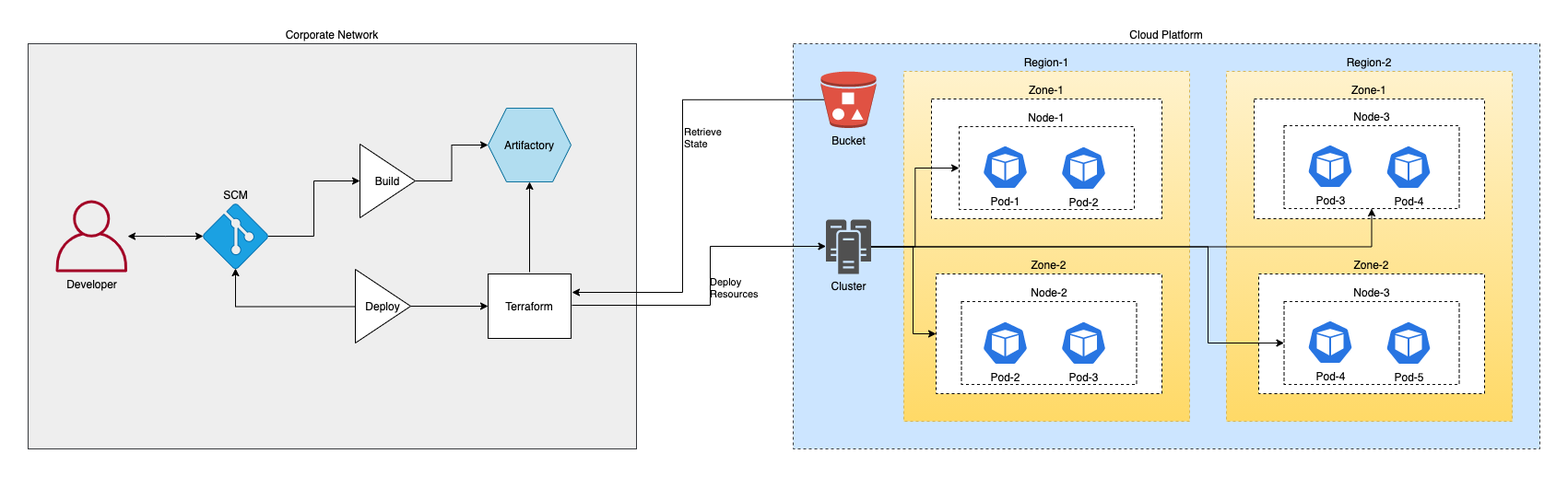
This is docs/generic-devops.png from sarathcakurathi/knowledge, a draw.io export, as it was before one commit. Source tidied: cells renumbered, new cells last; positions are measured from the earlier drawing's top-left corner, leaving out a move shared by most shapes. Source of this version:
```xml
<mxGraphModel>
  <root>
    <mxCell id="0" />
    <mxCell id="1" parent="0" />
    <mxCell id="2" value="Corporate Network" style="rounded=0;whiteSpace=wrap;html=1;labelPosition=center;verticalLabelPosition=top;align=center;verticalAlign=bottom;strokeColor=#36393d;fillColor=#eeeeee;" parent="1" vertex="1">
      <mxGeometry width="660" height="440" as="geometry" />
    </mxCell>
    <mxCell id="3" style="edgeStyle=orthogonalEdgeStyle;rounded=0;jettySize=auto;html=1;entryX=0;entryY=0.5;entryDx=0;entryDy=0;entryPerimeter=0;fontColor=#000000;startArrow=classic;startFill=1;" parent="1" edge="1" source="4" target="7">
      <mxGeometry relative="1" as="geometry" />
    </mxCell>
    <mxCell id="4" value="&lt;font color=&quot;#000000&quot;&gt;Developer&lt;/font&gt;" style="outlineConnect=0;fillColor=#a20025;strokeColor=#6F0000;dashed=0;verticalLabelPosition=bottom;verticalAlign=top;align=center;html=1;fontSize=12;fontStyle=0;shape=mxgraph.aws4.user;strokeWidth=1;fontColor=#ffffff;" parent="1" vertex="1">
      <mxGeometry x="30" y="170" width="78" height="78" as="geometry" />
    </mxCell>
    <mxCell id="5" value="Cloud Platform" style="rounded=0;whiteSpace=wrap;html=1;strokeWidth=1;labelPosition=center;verticalLabelPosition=top;align=center;verticalAlign=bottom;fillColor=#cce5ff;strokeColor=#36393d;dashed=1;" parent="1" vertex="1">
      <mxGeometry x="830" width="810" height="440" as="geometry" />
    </mxCell>
    <mxCell id="6" style="edgeStyle=orthogonalEdgeStyle;rounded=0;jettySize=auto;html=1;entryX=0;entryY=0.5;entryDx=0;entryDy=0;fontColor=#000000;startArrow=none;startFill=0;endArrow=classic;endFill=1;" parent="1" edge="1" source="7" target="42">
      <mxGeometry relative="1" as="geometry" />
    </mxCell>
    <mxCell id="7" value="SCM" style="verticalLabelPosition=top;html=1;verticalAlign=bottom;align=center;strokeColor=#006EAF;fillColor=#1ba1e2;shape=mxgraph.azure.git_repository;labelPosition=center;" parent="1" vertex="1">
      <mxGeometry x="190" y="174" width="70" height="70" as="geometry" />
    </mxCell>
    <mxCell id="8" style="edgeStyle=orthogonalEdgeStyle;rounded=0;jettySize=auto;html=1;entryX=0;entryY=0.5;entryDx=0;entryDy=0;fontColor=#000000;startArrow=none;startFill=0;exitX=1;exitY=0.5;exitDx=0;exitDy=0;" parent="1" edge="1" source="42" target="9">
      <mxGeometry relative="1" as="geometry" />
    </mxCell>
    <mxCell id="9" value="Artifactory" style="shape=hexagon;perimeter=hexagonPerimeter2;whiteSpace=wrap;html=1;fixedSize=1;strokeWidth=1;fillColor=#b1ddf0;strokeColor=#10739e;" parent="1" vertex="1">
      <mxGeometry x="499" y="70" width="90" height="80" as="geometry" />
    </mxCell>
    <mxCell id="10" value="Region-1" style="rounded=0;whiteSpace=wrap;html=1;strokeWidth=1;labelPosition=center;verticalLabelPosition=top;align=center;verticalAlign=bottom;dashed=1;fillColor=#fff2cc;strokeColor=#d6b656;gradientColor=#ffd966;" parent="1" vertex="1">
      <mxGeometry x="950" y="30" width="310" height="380" as="geometry" />
    </mxCell>
    <mxCell id="11" value="Region-2" style="rounded=0;whiteSpace=wrap;html=1;strokeWidth=1;labelPosition=center;verticalLabelPosition=top;align=center;verticalAlign=bottom;dashed=1;fillColor=#fff2cc;strokeColor=#d6b656;gradientColor=#ffd966;" parent="1" vertex="1">
      <mxGeometry x="1300" y="30" width="310" height="380" as="geometry" />
    </mxCell>
    <mxCell id="12" value="Zone-2" style="rounded=0;whiteSpace=wrap;html=1;dashed=1;fontColor=#000000;strokeWidth=1;gradientColor=none;labelPosition=center;verticalLabelPosition=top;align=center;verticalAlign=bottom;" parent="1" vertex="1">
      <mxGeometry x="985" y="250" width="245" height="130" as="geometry" />
    </mxCell>
    <mxCell id="13" value="Zone-1" style="rounded=0;whiteSpace=wrap;html=1;dashed=1;fontColor=#000000;strokeWidth=1;gradientColor=none;labelPosition=center;verticalLabelPosition=top;align=center;verticalAlign=bottom;" parent="1" vertex="1">
      <mxGeometry x="980" y="60" width="250" height="130" as="geometry" />
    </mxCell>
    <mxCell id="14" value="Zone-1" style="rounded=0;whiteSpace=wrap;html=1;dashed=1;fontColor=#000000;strokeWidth=1;gradientColor=none;labelPosition=center;verticalLabelPosition=top;align=center;verticalAlign=bottom;" parent="1" vertex="1">
      <mxGeometry x="1330" y="60" width="250" height="130" as="geometry" />
    </mxCell>
    <mxCell id="15" value="Zone-2" style="rounded=0;whiteSpace=wrap;html=1;dashed=1;fontColor=#000000;strokeWidth=1;gradientColor=none;labelPosition=center;verticalLabelPosition=top;align=center;verticalAlign=bottom;" parent="1" vertex="1">
      <mxGeometry x="1335" y="250" width="245" height="130" as="geometry" />
    </mxCell>
    <mxCell id="16" style="edgeStyle=orthogonalEdgeStyle;rounded=0;jettySize=auto;html=1;fontColor=#000000;startArrow=none;startFill=0;" parent="1" edge="1" target="9">
      <mxGeometry relative="1" as="geometry">
        <mxPoint x="544" y="248" as="sourcePoint" />
      </mxGeometry>
    </mxCell>
    <mxCell id="17" style="edgeStyle=orthogonalEdgeStyle;rounded=0;jettySize=auto;html=1;fontColor=#000000;startArrow=none;startFill=0;" parent="1" edge="1" target="38">
      <mxGeometry relative="1" as="geometry">
        <mxPoint x="590" y="284" as="sourcePoint" />
        <Array as="points">
          <mxPoint x="740" y="284" />
          <mxPoint x="740" y="220" />
        </Array>
      </mxGeometry>
    </mxCell>
    <mxCell id="18" value="Deploy&amp;nbsp;&lt;br&gt;Resources" style="edgeLabel;html=1;align=left;verticalAlign=middle;fontColor=#000000;labelPosition=right;verticalLabelPosition=middle;labelBackgroundColor=none;" parent="17" vertex="1">
      <mxGeometry y="2" relative="1" as="geometry" />
    </mxCell>
    <mxCell id="19" style="edgeStyle=orthogonalEdgeStyle;rounded=0;jettySize=auto;html=1;entryX=0.06;entryY=0.5;entryDx=0;entryDy=0;entryPerimeter=0;fontColor=#000000;startArrow=classic;startFill=1;endArrow=none;endFill=0;" parent="1" edge="1" target="21">
      <mxGeometry relative="1" as="geometry">
        <mxPoint x="590" y="270" as="sourcePoint" />
        <Array as="points">
          <mxPoint x="710" y="270" />
          <mxPoint x="710" y="61" />
        </Array>
      </mxGeometry>
    </mxCell>
    <mxCell id="20" value="Retrieve &lt;br&gt;State" style="edgeLabel;html=1;align=left;verticalAlign=middle;fontColor=#000000;labelPosition=right;verticalLabelPosition=middle;labelBackgroundColor=none;" parent="19" vertex="1">
      <mxGeometry x="0.2" relative="1" as="geometry" />
    </mxCell>
    <mxCell id="21" value="Bucket" style="outlineConnect=0;dashed=0;verticalLabelPosition=bottom;verticalAlign=top;align=center;html=1;shape=mxgraph.aws3.bucket_with_objects;fillColor=#E05243;gradientColor=none;fontColor=#000000;strokeWidth=1;" parent="1" vertex="1">
      <mxGeometry x="860" y="30" width="60" height="61.5" as="geometry" />
    </mxCell>
    <mxCell id="22" value="Node-1" style="rounded=0;whiteSpace=wrap;html=1;dashed=1;fontColor=#000000;strokeWidth=1;gradientColor=none;labelPosition=center;verticalLabelPosition=top;align=center;verticalAlign=bottom;" parent="1" vertex="1">
      <mxGeometry x="1010" y="90" width="190" height="90" as="geometry" />
    </mxCell>
    <mxCell id="23" value="Pod-1" style="html=1;dashed=0;whitespace=wrap;fillColor=#2875E2;strokeColor=#ffffff;shape=mxgraph.kubernetes.icon;prIcon=pod;fontColor=#000000;labelPosition=center;verticalLabelPosition=bottom;align=center;verticalAlign=top;" parent="1" vertex="1">
      <mxGeometry x="1035" y="110" width="50" height="48" as="geometry" />
    </mxCell>
    <mxCell id="24" value="Node-2" style="rounded=0;whiteSpace=wrap;html=1;dashed=1;fontColor=#000000;strokeWidth=1;gradientColor=none;labelPosition=center;verticalLabelPosition=top;align=center;verticalAlign=bottom;" parent="1" vertex="1">
      <mxGeometry x="1012.5" y="280" width="190" height="90" as="geometry" />
    </mxCell>
    <mxCell id="25" value="Pod-2" style="html=1;dashed=0;whitespace=wrap;fillColor=#2875E2;strokeColor=#ffffff;shape=mxgraph.kubernetes.icon;prIcon=pod;fontColor=#000000;labelPosition=center;verticalLabelPosition=bottom;align=center;verticalAlign=top;" parent="1" vertex="1">
      <mxGeometry x="1035" y="301" width="50" height="48" as="geometry" />
    </mxCell>
    <mxCell id="26" value="Pod-2" style="html=1;dashed=0;whitespace=wrap;fillColor=#2875E2;strokeColor=#ffffff;shape=mxgraph.kubernetes.icon;prIcon=pod;fontColor=#000000;labelPosition=center;verticalLabelPosition=bottom;align=center;verticalAlign=top;" parent="1" vertex="1">
      <mxGeometry x="1120" y="111" width="50" height="48" as="geometry" />
    </mxCell>
    <mxCell id="27" value="Pod-3" style="html=1;dashed=0;whitespace=wrap;fillColor=#2875E2;strokeColor=#ffffff;shape=mxgraph.kubernetes.icon;prIcon=pod;fontColor=#000000;labelPosition=center;verticalLabelPosition=bottom;align=center;verticalAlign=top;" parent="1" vertex="1">
      <mxGeometry x="1120" y="301" width="50" height="48" as="geometry" />
    </mxCell>
    <mxCell id="28" value="Node-3" style="rounded=0;whiteSpace=wrap;html=1;dashed=1;fontColor=#000000;strokeWidth=1;gradientColor=none;labelPosition=center;verticalLabelPosition=top;align=center;verticalAlign=bottom;" parent="1" vertex="1">
      <mxGeometry x="1362.5" y="89" width="190" height="90" as="geometry" />
    </mxCell>
    <mxCell id="29" value="Pod-3" style="html=1;dashed=0;whitespace=wrap;fillColor=#2875E2;strokeColor=#ffffff;shape=mxgraph.kubernetes.icon;prIcon=pod;fontColor=#000000;labelPosition=center;verticalLabelPosition=bottom;align=center;verticalAlign=top;" parent="1" vertex="1">
      <mxGeometry x="1387.5" y="109" width="50" height="48" as="geometry" />
    </mxCell>
    <mxCell id="30" value="Pod-4" style="html=1;dashed=0;whitespace=wrap;fillColor=#2875E2;strokeColor=#ffffff;shape=mxgraph.kubernetes.icon;prIcon=pod;fontColor=#000000;labelPosition=center;verticalLabelPosition=bottom;align=center;verticalAlign=top;" parent="1" vertex="1">
      <mxGeometry x="1472.5" y="110" width="50" height="48" as="geometry" />
    </mxCell>
    <mxCell id="31" value="Node-3" style="rounded=0;whiteSpace=wrap;html=1;dashed=1;fontColor=#000000;strokeWidth=1;gradientColor=none;labelPosition=center;verticalLabelPosition=top;align=center;verticalAlign=bottom;" parent="1" vertex="1">
      <mxGeometry x="1362.5" y="280" width="190" height="90" as="geometry" />
    </mxCell>
    <mxCell id="32" value="Pod-4" style="html=1;dashed=0;whitespace=wrap;fillColor=#2875E2;strokeColor=#ffffff;shape=mxgraph.kubernetes.icon;prIcon=pod;fontColor=#000000;labelPosition=center;verticalLabelPosition=bottom;align=center;verticalAlign=top;" parent="1" vertex="1">
      <mxGeometry x="1387.5" y="300" width="50" height="48" as="geometry" />
    </mxCell>
    <mxCell id="33" value="Pod-5" style="html=1;dashed=0;whitespace=wrap;fillColor=#2875E2;strokeColor=#ffffff;shape=mxgraph.kubernetes.icon;prIcon=pod;fontColor=#000000;labelPosition=center;verticalLabelPosition=bottom;align=center;verticalAlign=top;" parent="1" vertex="1">
      <mxGeometry x="1472.5" y="301" width="50" height="48" as="geometry" />
    </mxCell>
    <mxCell id="34" style="edgeStyle=orthogonalEdgeStyle;rounded=0;jettySize=auto;html=1;entryX=0;entryY=0.5;entryDx=0;entryDy=0;fontColor=#000000;startArrow=none;startFill=0;endArrow=classic;endFill=1;" parent="1" edge="1" source="38" target="22">
      <mxGeometry relative="1" as="geometry" />
    </mxCell>
    <mxCell id="35" style="edgeStyle=orthogonalEdgeStyle;rounded=0;jettySize=auto;html=1;entryX=0;entryY=0.5;entryDx=0;entryDy=0;fontColor=#000000;startArrow=none;startFill=0;endArrow=classic;endFill=1;" parent="1" edge="1" source="38" target="12">
      <mxGeometry relative="1" as="geometry">
        <Array as="points">
          <mxPoint x="960" y="221" />
          <mxPoint x="960" y="315" />
        </Array>
      </mxGeometry>
    </mxCell>
    <mxCell id="36" style="edgeStyle=orthogonalEdgeStyle;rounded=0;jettySize=auto;html=1;fontColor=#000000;startArrow=none;startFill=0;endArrow=classic;endFill=1;" parent="1" edge="1" source="38" target="28">
      <mxGeometry relative="1" as="geometry" />
    </mxCell>
    <mxCell id="37" style="edgeStyle=orthogonalEdgeStyle;rounded=0;jettySize=auto;html=1;entryX=0;entryY=0.5;entryDx=0;entryDy=0;fontColor=#000000;startArrow=none;startFill=0;endArrow=classic;endFill=1;" parent="1" edge="1" source="38" target="31">
      <mxGeometry relative="1" as="geometry">
        <Array as="points">
          <mxPoint x="1280" y="221" />
          <mxPoint x="1280" y="325" />
        </Array>
      </mxGeometry>
    </mxCell>
    <mxCell id="38" value="Cluster" style="shadow=0;dashed=0;html=1;strokeColor=none;fillColor=#505050;labelPosition=center;verticalLabelPosition=bottom;verticalAlign=top;outlineConnect=0;align=center;shape=mxgraph.office.servers.cluster_server;fontColor=#000000;" parent="1" vertex="1">
      <mxGeometry x="865.5" y="191" width="49" height="59" as="geometry" />
    </mxCell>
    <mxCell id="39" style="edgeStyle=orthogonalEdgeStyle;rounded=0;jettySize=auto;html=1;entryX=0.5;entryY=1;entryDx=0;entryDy=0;entryPerimeter=0;fontColor=#000000;startArrow=none;startFill=0;endArrow=classic;endFill=1;exitX=0.083;exitY=0.506;exitDx=0;exitDy=0;exitPerimeter=0;" parent="1" edge="1" source="43" target="7">
      <mxGeometry relative="1" as="geometry" />
    </mxCell>
    <mxCell id="40" style="edgeStyle=orthogonalEdgeStyle;rounded=0;jettySize=auto;html=1;entryX=0;entryY=0.5;entryDx=0;entryDy=0;fontColor=#000000;startArrow=none;startFill=0;endArrow=classic;endFill=1;exitX=1;exitY=0.5;exitDx=0;exitDy=0;" parent="1" edge="1" source="43" target="41">
      <mxGeometry relative="1" as="geometry" />
    </mxCell>
    <mxCell id="41" value="Terraform" style="rounded=0;whiteSpace=wrap;html=1;fontColor=#000000;strokeWidth=1;gradientColor=none;" parent="1" vertex="1">
      <mxGeometry x="499" y="250" width="90" height="70" as="geometry" />
    </mxCell>
    <mxCell id="42" value="Build" style="triangle;whiteSpace=wrap;html=1;labelBackgroundColor=none;fontColor=#000000;strokeWidth=1;gradientColor=none;" parent="1" vertex="1">
      <mxGeometry x="360" y="109" width="60" height="80" as="geometry" />
    </mxCell>
    <mxCell id="43" value="Deploy" style="triangle;whiteSpace=wrap;html=1;labelBackgroundColor=none;fontColor=#000000;strokeWidth=1;gradientColor=none;" parent="1" vertex="1">
      <mxGeometry x="355" y="245" width="60" height="80" as="geometry" />
    </mxCell>
  </root>
</mxGraphModel>
```
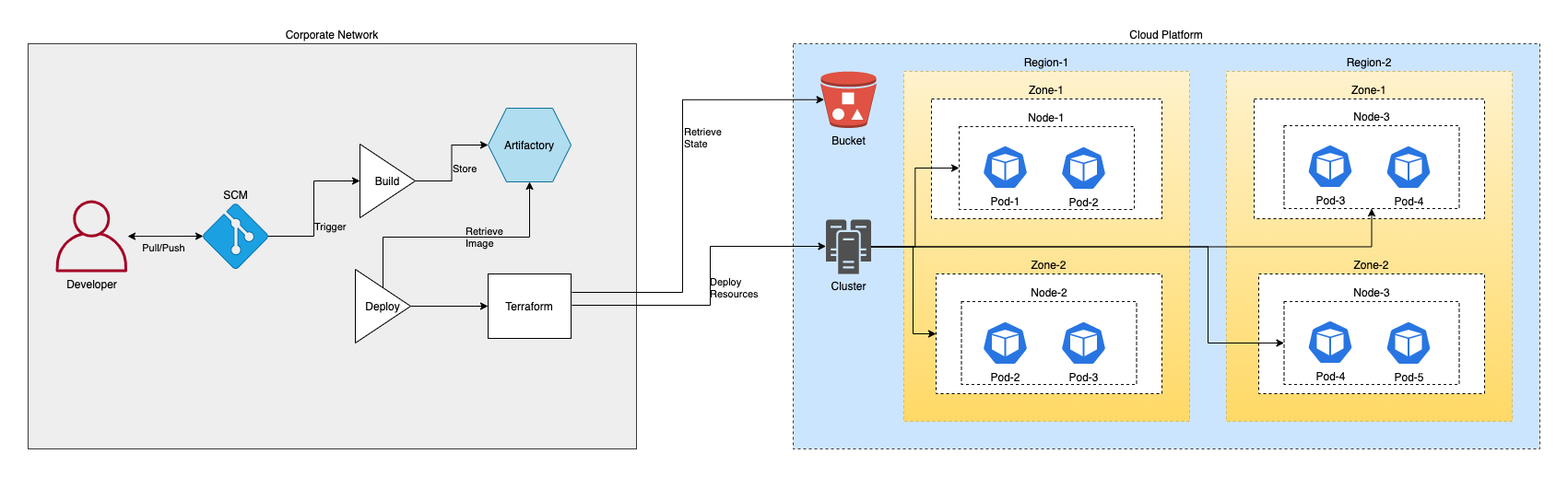
After the change.

Diff of the diagram source:
```diff
@@ -8,6 +8,9 @@
     <mxCell id="3" style="edgeStyle=orthogonalEdgeStyle;rounded=0;jettySize=auto;html=1;entryX=0;entryY=0.5;entryDx=0;entryDy=0;entryPerimeter=0;fontColor=#000000;startArrow=classic;startFill=1;" parent="1" edge="1" source="4" target="7">
       <mxGeometry relative="1" as="geometry" />
     </mxCell>
+    <mxCell id="44" value="Pull/Push" style="edgeLabel;html=1;align=center;verticalAlign=top;labelBackgroundColor=none;labelPosition=center;verticalLabelPosition=bottom;" parent="3" vertex="1">
+      <mxGeometry x="-0.07" relative="1" as="geometry" />
+    </mxCell>
     <mxCell id="4" value="&lt;font color=&quot;#000000&quot;&gt;Developer&lt;/font&gt;" style="outlineConnect=0;fillColor=#a20025;strokeColor=#6F0000;dashed=0;verticalLabelPosition=bottom;verticalAlign=top;align=center;html=1;fontSize=12;fontStyle=0;shape=mxgraph.aws4.user;strokeWidth=1;fontColor=#ffffff;" parent="1" vertex="1">
       <mxGeometry x="30" y="170" width="78" height="78" as="geometry" />
     </mxCell>
@@ -17,12 +20,20 @@
     <mxCell id="6" style="edgeStyle=orthogonalEdgeStyle;rounded=0;jettySize=auto;html=1;entryX=0;entryY=0.5;entryDx=0;entryDy=0;fontColor=#000000;startArrow=none;startFill=0;endArrow=classic;endFill=1;" parent="1" edge="1" source="7" target="42">
       <mxGeometry relative="1" as="geometry" />
     </mxCell>
+    <mxCell id="45" value="Trigger" style="edgeLabel;html=1;align=left;verticalAlign=middle;labelBackgroundColor=none;labelPosition=right;verticalLabelPosition=middle;" parent="6" vertex="1">
+      <mxGeometry x="-0.24" y="1" relative="1" as="geometry" />
+    </mxCell>
     <mxCell id="7" value="SCM" style="verticalLabelPosition=top;html=1;verticalAlign=bottom;align=center;strokeColor=#006EAF;fillColor=#1ba1e2;shape=mxgraph.azure.git_repository;labelPosition=center;" parent="1" vertex="1">
       <mxGeometry x="190" y="174" width="70" height="70" as="geometry" />
     </mxCell>
     <mxCell id="8" style="edgeStyle=orthogonalEdgeStyle;rounded=0;jettySize=auto;html=1;entryX=0;entryY=0.5;entryDx=0;entryDy=0;fontColor=#000000;startArrow=none;startFill=0;exitX=1;exitY=0.5;exitDx=0;exitDy=0;" parent="1" edge="1" source="42" target="9">
       <mxGeometry relative="1" as="geometry" />
     </mxCell>
+    <mxCell id="46" value="Store" style="edgeLabel;html=1;align=left;verticalAlign=middle;labelBackgroundColor=none;labelPosition=right;verticalLabelPosition=middle;" parent="8" vertex="1">
+      <mxGeometry x="-0.09" y="2" relative="1" as="geometry">
+        <mxPoint x="1" y="1" as="offset" />
+      </mxGeometry>
+    </mxCell>
     <mxCell id="9" value="Artifactory" style="shape=hexagon;perimeter=hexagonPerimeter2;whiteSpace=wrap;html=1;fixedSize=1;strokeWidth=1;fillColor=#b1ddf0;strokeColor=#10739e;" parent="1" vertex="1">
       <mxGeometry x="499" y="70" width="90" height="80" as="geometry" />
     </mxCell>
@@ -44,11 +55,17 @@
     <mxCell id="15" value="Zone-2" style="rounded=0;whiteSpace=wrap;html=1;dashed=1;fontColor=#000000;strokeWidth=1;gradientColor=none;labelPosition=center;verticalLabelPosition=top;align=center;verticalAlign=bottom;" parent="1" vertex="1">
       <mxGeometry x="1335" y="250" width="245" height="130" as="geometry" />
     </mxCell>
-    <mxCell id="16" style="edgeStyle=orthogonalEdgeStyle;rounded=0;jettySize=auto;html=1;fontColor=#000000;startArrow=none;startFill=0;" parent="1" edge="1" target="9">
+    <mxCell id="16" style="edgeStyle=orthogonalEdgeStyle;rounded=0;jettySize=auto;html=1;fontColor=#000000;startArrow=none;startFill=0;exitX=0.5;exitY=0;exitDx=0;exitDy=0;" parent="1" edge="1" source="43" target="9">
       <mxGeometry relative="1" as="geometry">
-        <mxPoint x="544" y="248" as="sourcePoint" />
+        <Array as="points">
+          <mxPoint x="385" y="210" />
+          <mxPoint x="544" y="210" />
+        </Array>
       </mxGeometry>
     </mxCell>
+    <mxCell id="47" value="Retrieve&amp;nbsp;&lt;br&gt;Image" style="edgeLabel;html=1;align=left;verticalAlign=middle;labelBackgroundColor=none;labelPosition=right;verticalLabelPosition=middle;" parent="16" vertex="1">
+      <mxGeometry x="0.04" y="1" relative="1" as="geometry" />
+    </mxCell>
     <mxCell id="17" style="edgeStyle=orthogonalEdgeStyle;rounded=0;jettySize=auto;html=1;fontColor=#000000;startArrow=none;startFill=0;" parent="1" edge="1" target="38">
       <mxGeometry relative="1" as="geometry">
         <mxPoint x="590" y="284" as="sourcePoint" />
@@ -61,7 +78,7 @@
     <mxCell id="18" value="Deploy&amp;nbsp;&lt;br&gt;Resources" style="edgeLabel;html=1;align=left;verticalAlign=middle;fontColor=#000000;labelPosition=right;verticalLabelPosition=middle;labelBackgroundColor=none;" parent="17" vertex="1">
       <mxGeometry y="2" relative="1" as="geometry" />
     </mxCell>
-    <mxCell id="19" style="edgeStyle=orthogonalEdgeStyle;rounded=0;jettySize=auto;html=1;entryX=0.06;entryY=0.5;entryDx=0;entryDy=0;entryPerimeter=0;fontColor=#000000;startArrow=classic;startFill=1;endArrow=none;endFill=0;" parent="1" edge="1" target="21">
+    <mxCell id="19" style="edgeStyle=orthogonalEdgeStyle;rounded=0;jettySize=auto;html=1;entryX=0.06;entryY=0.5;entryDx=0;entryDy=0;entryPerimeter=0;fontColor=#000000;startArrow=none;startFill=0;endArrow=classic;endFill=1;" parent="1" edge="1" target="21">
       <mxGeometry relative="1" as="geometry">
         <mxPoint x="590" y="270" as="sourcePoint" />
         <Array as="points">
@@ -137,9 +154,6 @@
     <mxCell id="38" value="Cluster" style="shadow=0;dashed=0;html=1;strokeColor=none;fillColor=#505050;labelPosition=center;verticalLabelPosition=bottom;verticalAlign=top;outlineConnect=0;align=center;shape=mxgraph.office.servers.cluster_server;fontColor=#000000;" parent="1" vertex="1">
       <mxGeometry x="865.5" y="191" width="49" height="59" as="geometry" />
     </mxCell>
-    <mxCell id="39" style="edgeStyle=orthogonalEdgeStyle;rounded=0;jettySize=auto;html=1;entryX=0.5;entryY=1;entryDx=0;entryDy=0;entryPerimeter=0;fontColor=#000000;startArrow=none;startFill=0;endArrow=classic;endFill=1;exitX=0.083;exitY=0.506;exitDx=0;exitDy=0;exitPerimeter=0;" parent="1" edge="1" source="43" target="7">
-      <mxGeometry relative="1" as="geometry" />
-    </mxCell>
     <mxCell id="40" style="edgeStyle=orthogonalEdgeStyle;rounded=0;jettySize=auto;html=1;entryX=0;entryY=0.5;entryDx=0;entryDy=0;fontColor=#000000;startArrow=none;startFill=0;endArrow=classic;endFill=1;exitX=1;exitY=0.5;exitDx=0;exitDy=0;" parent="1" edge="1" source="43" target="41">
       <mxGeometry relative="1" as="geometry" />
     </mxCell>
```
